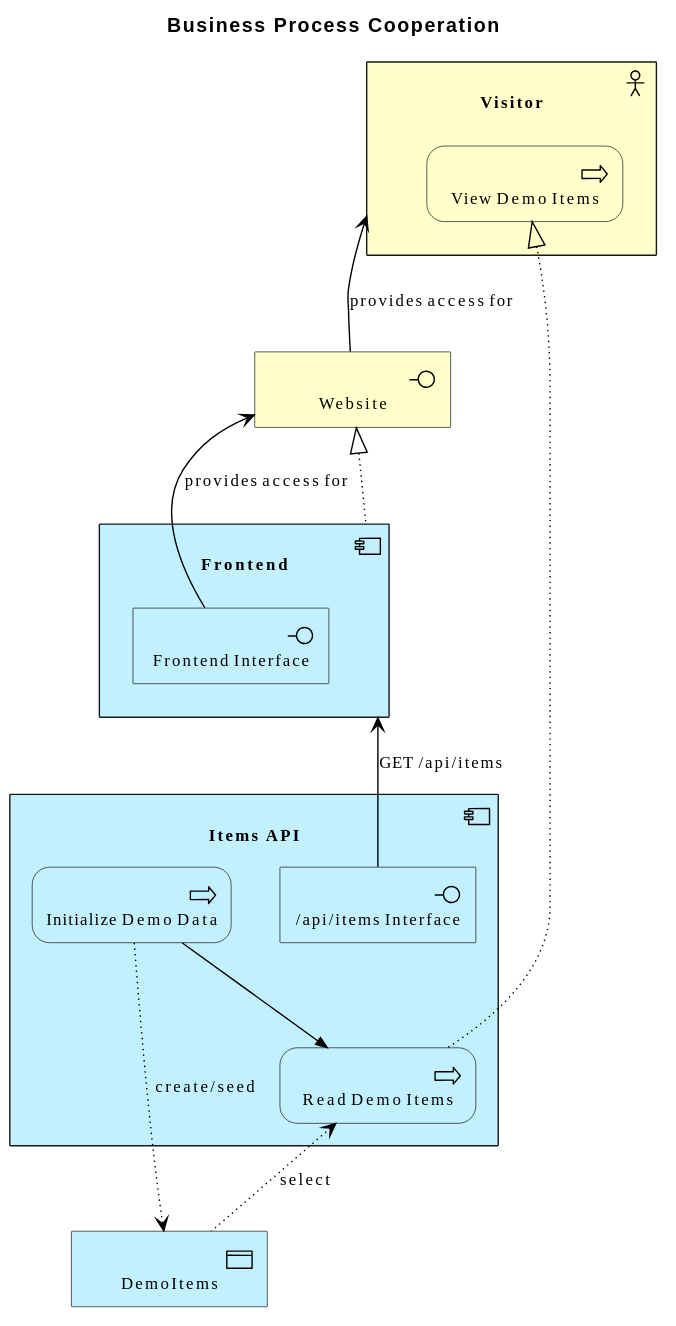
This is diagrams/business/process-cooperation.svg from wolffy-au/frictionless-sample-azure, a PlantUML export, as it was before one commit.
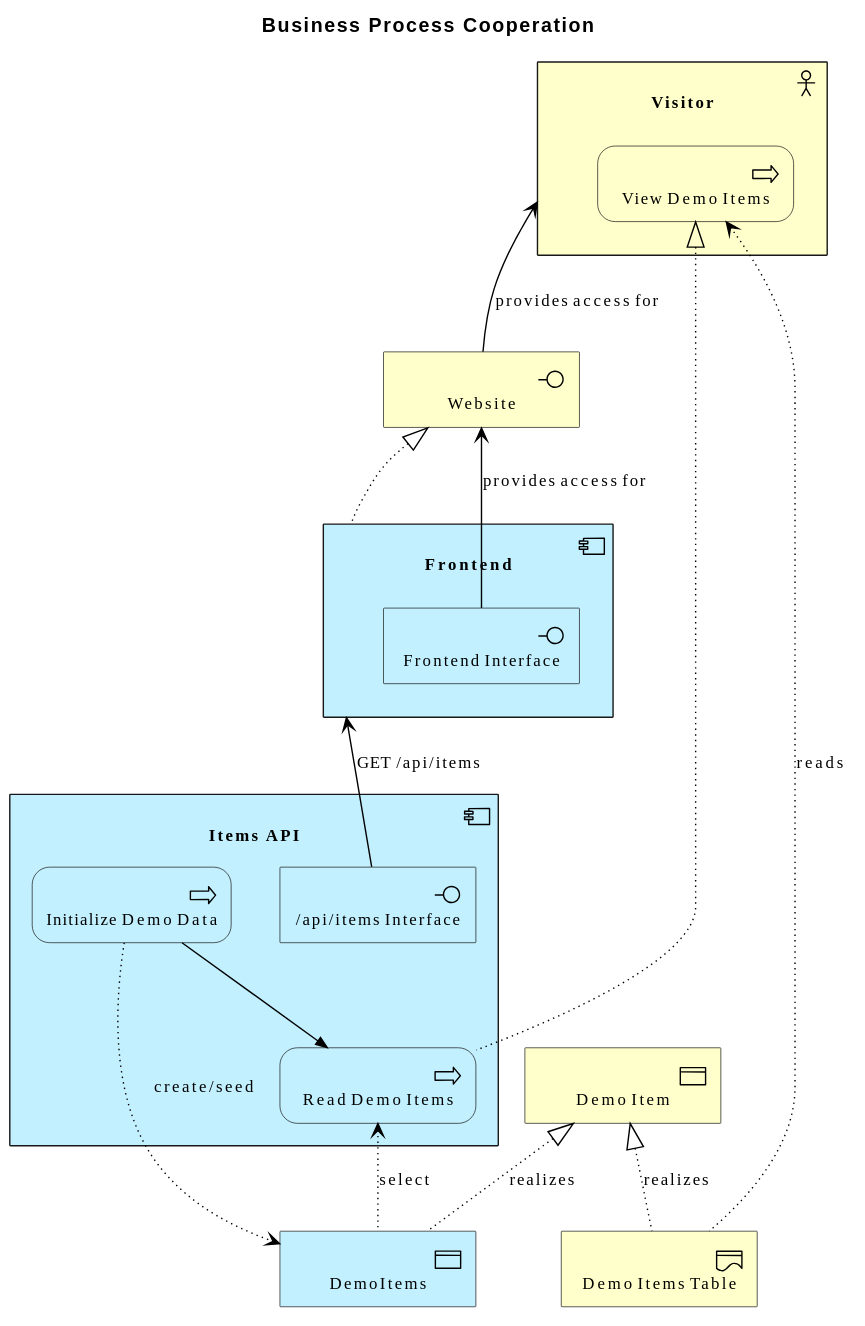
The same file after the commit.

Commit message:
feat(architecture): model sample-azure's Demo Item business object and representation

The edit, as a diff of the source:
```diff
@@ -17,6 +17,8 @@
   Business_Process(e_ida6f500d9395851, "View Demo Items")
 }
 Business_Interface(e_id66a63993dfde51, "Website")
+Business_Object(e_id32456a57134d5f, "Demo Item")
+Business_Representation(e_idbd4055139c8656, "Demo Items Table")
 
 Rel_Serving_Up(e_id27cc7f94392754, e_id859316e8097157, "GET /api/items")
 Rel_Triggering(e_id9e4601a2031c58, e_idf9a91550500455, "")
@@ -26,4 +28,7 @@
 Rel_Realization_Up(e_id859316e8097157, e_id66a63993dfde51, "")
 Rel_Realization_Up(e_idf9a91550500455, e_ida6f500d9395851, "")
 Rel_Serving_Up(e_idd8a8c6ca248e52, e_id66a63993dfde51, "provides access for")
+Rel_Realization_Up(e_id032efff5924e5e, e_id32456a57134d5f, "realizes")
+Rel_Realization_Up(e_idbd4055139c8656, e_id32456a57134d5f, "realizes")
+Rel_Access_r(e_ida6f500d9395851, e_idbd4055139c8656, "reads")
 @enduml
```
